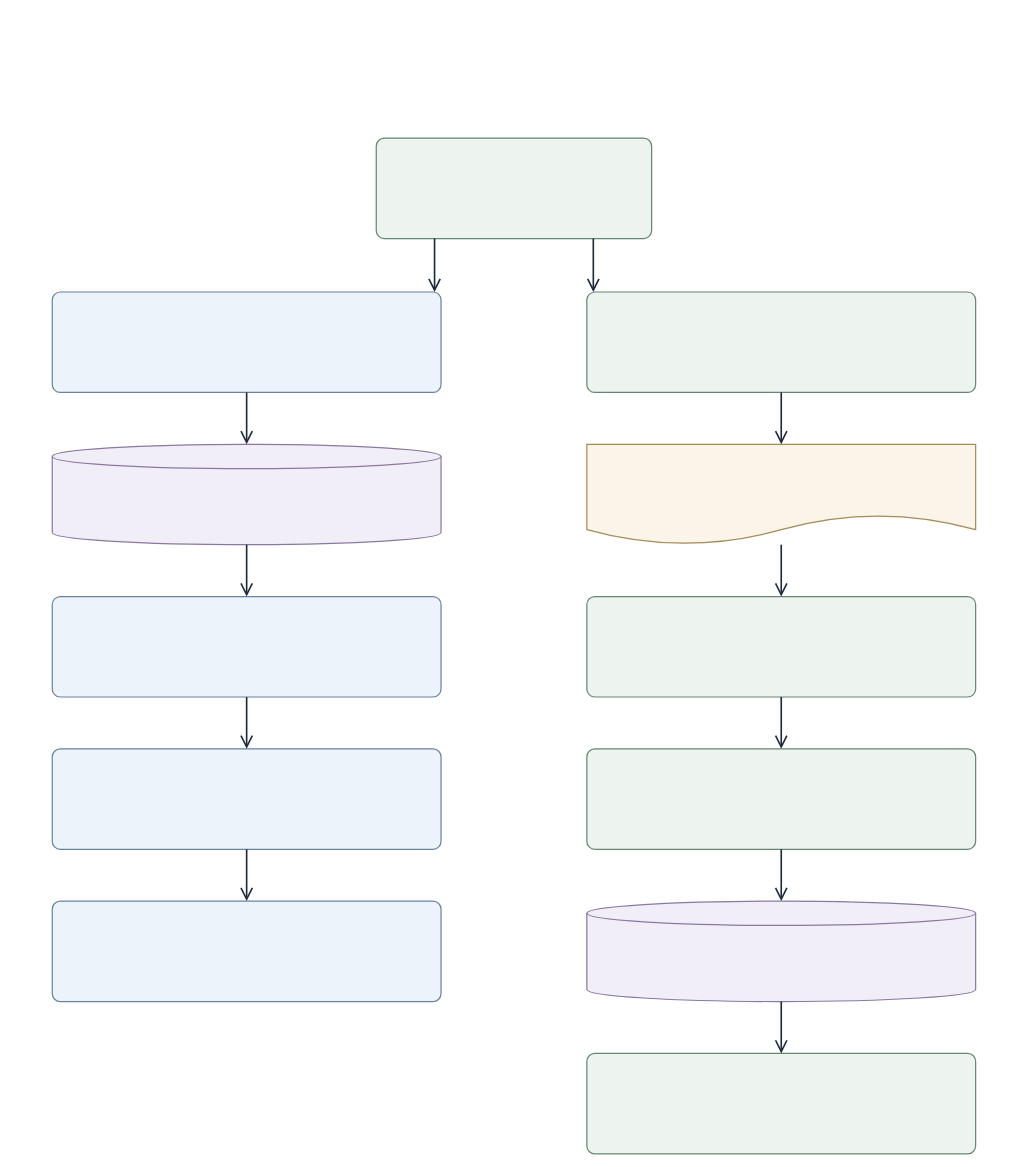
Before: page "02 双模型准备与训练" (2 of 3) of ear-review/docs/架构图/NLP核心功能与双模型流程.drawio in Tindra-Wang/ear-review, a draw.io diagram. Source tidied: cells renumbered, new cells numbered last; positions are measured from the earlier drawing's top-left corner, leaving out a move shared by most shapes. Both pictures are drawn from the tidied source at 81%, with x=0, y=0 at pixel (13, 13).
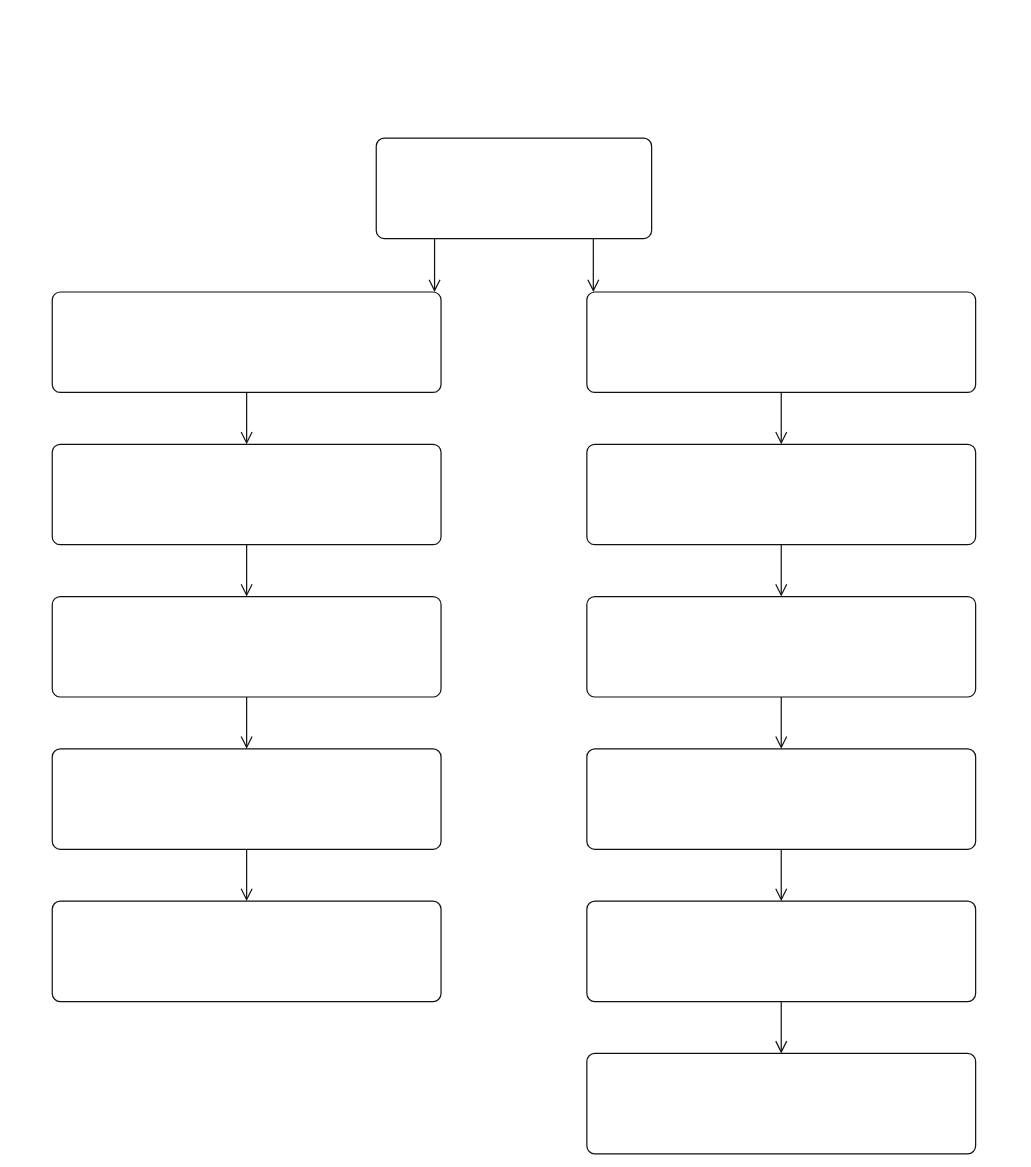
The same page after the edit.

The edit, as a diff of the source:
```diff
@@
-    <mxCell id="2" style="text;html=1;whiteSpace=wrap;labelBackgroundColor=none;fillColor=none;strokeColor=none;strokeWidth=0;fontColor=#1E293B;fontSize=26;fontFamily=Microsoft YaHei;align=left;verticalAlign=middle;" parent="1" vertex="1">
+    <mxCell id="2" style="text;html=1;whiteSpace=wrap;labelBackgroundColor=none;fillColor=none;strokeColor=none;strokeWidth=0;fontColor=#111111;fontSize=26;fontFamily=Microsoft YaHei;align=left;verticalAlign=middle;" parent="1" vertex="1">
       <mxGeometry width="1240" height="48" as="geometry" />
     </mxCell>
-    <mxCell id="3" style="text;html=1;whiteSpace=wrap;labelBackgroundColor=none;fillColor=none;strokeColor=none;strokeWidth=0;fontColor=#1E293B;fontSize=15;fontFamily=Microsoft YaHei;align=left;verticalAlign=middle;" parent="1" vertex="1">
+    <mxCell id="3" style="text;html=1;whiteSpace=wrap;labelBackgroundColor=none;fillColor=none;strokeColor=none;strokeWidth=0;fontColor=#111111;fontSize=15;fontFamily=Microsoft YaHei;align=left;verticalAlign=middle;" parent="1" vertex="1">
       <mxGeometry y="56" width="1240" height="50" as="geometry" />
     </mxCell>
-    <mxCell id="4" style="rounded=1;arcSize=8;html=1;whiteSpace=wrap;fillColor=#edf4f0;strokeColor=#668572;strokeWidth=1.5;fontColor=#1E293B;fontSize=16;fontFamily=Microsoft YaHei;verticalAlign=middle;align=center;" parent="1" vertex="1">
+    <mxCell id="4" style="rounded=1;arcSize=8;html=1;whiteSpace=wrap;fillColor=#ffffff;strokeColor=#111111;strokeWidth=1.5;fontColor=#111111;fontSize=16;fontFamily=Microsoft YaHei;verticalAlign=middle;align=center;" parent="1" vertex="1">
       <mxGeometry x="448" y="154" width="340" height="124" as="geometry" />
     </mxCell>
-    <mxCell id="5" style="rounded=1;arcSize=8;html=1;whiteSpace=wrap;fillColor=#edf3fa;strokeColor=#6783a1;strokeWidth=1.5;fontColor=#1E293B;fontSize=16;fontFamily=Microsoft YaHei;verticalAlign=middle;align=center;" parent="1" vertex="1">
+    <mxCell id="5" style="rounded=1;arcSize=8;html=1;whiteSpace=wrap;fillColor=#ffffff;strokeColor=#111111;strokeWidth=1.5;fontColor=#111111;fontSize=16;fontFamily=Microsoft YaHei;verticalAlign=middle;align=center;" parent="1" vertex="1">
       <mxGeometry x="48" y="344" width="480" height="124" as="geometry" />
     </mxCell>
-    <mxCell id="6" style="rounded=1;arcSize=8;html=1;whiteSpace=wrap;fillColor=#edf4f0;strokeColor=#668572;strokeWidth=1.5;fontColor=#1E293B;fontSize=16;fontFamily=Microsoft YaHei;verticalAlign=middle;align=center;" parent="1" vertex="1">
+    <mxCell id="6" style="rounded=1;arcSize=8;html=1;whiteSpace=wrap;fillColor=#ffffff;strokeColor=#111111;strokeWidth=1.5;fontColor=#111111;fontSize=16;fontFamily=Microsoft YaHei;verticalAlign=middle;align=center;" parent="1" vertex="1">
       <mxGeometry x="708" y="344" width="480" height="124" as="geometry" />
     </mxCell>
-    <mxCell id="7" style="shape=cylinder3;boundedLbl=1;backgroundOutline=1;size=15;html=1;whiteSpace=wrap;fillColor=#f1eef8;strokeColor=#8a78a3;strokeWidth=1.5;fontColor=#1E293B;fontSize=16;fontFamily=Microsoft YaHei;verticalAlign=middle;align=center;" parent="1" vertex="1">
+    <mxCell id="7" style="rounded=1;arcSize=8;html=1;whiteSpace=wrap;fillColor=#ffffff;strokeColor=#111111;strokeWidth=1.5;fontColor=#111111;fontSize=16;fontFamily=Microsoft YaHei;verticalAlign=middle;align=center;" parent="1" vertex="1">
       <mxGeometry x="48" y="532" width="480" height="124" as="geometry" />
     </mxCell>
-    <mxCell id="8" style="shape=document;boundedLbl=1;html=1;whiteSpace=wrap;fillColor=#faf5e8;strokeColor=#a68b55;strokeWidth=1.5;fontColor=#1E293B;fontSize=16;fontFamily=Microsoft YaHei;verticalAlign=middle;align=center;" parent="1" vertex="1">
+    <mxCell id="8" style="rounded=1;arcSize=8;html=1;whiteSpace=wrap;fillColor=#ffffff;strokeColor=#111111;strokeWidth=1.5;fontColor=#111111;fontSize=16;fontFamily=Microsoft YaHei;verticalAlign=middle;align=center;" parent="1" vertex="1">
       <mxGeometry x="708" y="532" width="480" height="124" as="geometry" />
     </mxCell>
-    <mxCell id="9" style="rounded=1;arcSize=8;html=1;whiteSpace=wrap;fillColor=#edf3fa;strokeColor=#6783a1;strokeWidth=1.5;fontColor=#1E293B;fontSize=16;fontFamily=Microsoft YaHei;verticalAlign=middle;align=center;" parent="1" vertex="1">
+    <mxCell id="9" style="rounded=1;arcSize=8;html=1;whiteSpace=wrap;fillColor=#ffffff;strokeColor=#111111;strokeWidth=1.5;fontColor=#111111;fontSize=16;fontFamily=Microsoft YaHei;verticalAlign=middle;align=center;" parent="1" vertex="1">
       <mxGeometry x="48" y="720" width="480" height="124" as="geometry" />
     </mxCell>
-    <mxCell id="10" style="rounded=1;arcSize=8;html=1;whiteSpace=wrap;fillColor=#edf4f0;strokeColor=#668572;strokeWidth=1.5;fontColor=#1E293B;fontSize=16;fontFamily=Microsoft YaHei;verticalAlign=middle;align=center;" parent="1" vertex="1">
+    <mxCell id="10" style="rounded=1;arcSize=8;html=1;whiteSpace=wrap;fillColor=#ffffff;strokeColor=#111111;strokeWidth=1.5;fontColor=#111111;fontSize=16;fontFamily=Microsoft YaHei;verticalAlign=middle;align=center;" parent="1" vertex="1">
       <mxGeometry x="708" y="720" width="480" height="124" as="geometry" />
     </mxCell>
-    <mxCell id="11" style="rounded=1;arcSize=8;html=1;whiteSpace=wrap;fillColor=#edf3fa;strokeColor=#6783a1;strokeWidth=1.5;fontColor=#1E293B;fontSize=16;fontFamily=Microsoft YaHei;verticalAlign=middle;align=center;" parent="1" vertex="1">
+    <mxCell id="11" style="rounded=1;arcSize=8;html=1;whiteSpace=wrap;fillColor=#ffffff;strokeColor=#111111;strokeWidth=1.5;fontColor=#111111;fontSize=16;fontFamily=Microsoft YaHei;verticalAlign=middle;align=center;" parent="1" vertex="1">
       <mxGeometry x="48" y="908" width="480" height="124" as="geometry" />
     </mxCell>
-    <mxCell id="12" style="rounded=1;arcSize=8;html=1;whiteSpace=wrap;fillColor=#edf4f0;strokeColor=#668572;strokeWidth=1.5;fontColor=#1E293B;fontSize=16;fontFamily=Microsoft YaHei;verticalAlign=middle;align=center;" parent="1" vertex="1">
+    <mxCell id="12" style="rounded=1;arcSize=8;html=1;whiteSpace=wrap;fillColor=#ffffff;strokeColor=#111111;strokeWidth=1.5;fontColor=#111111;fontSize=16;fontFamily=Microsoft YaHei;verticalAlign=middle;align=center;" parent="1" vertex="1">
       <mxGeometry x="708" y="908" width="480" height="124" as="geometry" />
     </mxCell>
-    <mxCell id="13" style="rounded=1;arcSize=8;html=1;whiteSpace=wrap;fillColor=#edf3fa;strokeColor=#6783a1;strokeWidth=1.5;fontColor=#1E293B;fontSize=16;fontFamily=Microsoft YaHei;verticalAlign=middle;align=center;" parent="1" vertex="1">
+    <mxCell id="13" style="rounded=1;arcSize=8;html=1;whiteSpace=wrap;fillColor=#ffffff;strokeColor=#111111;strokeWidth=1.5;fontColor=#111111;fontSize=16;fontFamily=Microsoft YaHei;verticalAlign=middle;align=center;" parent="1" vertex="1">
       <mxGeometry x="48" y="1096" width="480" height="124" as="geometry" />
     </mxCell>
-    <mxCell id="14" style="shape=cylinder3;boundedLbl=1;backgroundOutline=1;size=15;html=1;whiteSpace=wrap;fillColor=#f1eef8;strokeColor=#8a78a3;strokeWidth=1.5;fontColor=#1E293B;fontSize=16;fontFamily=Microsoft YaHei;verticalAlign=middle;align=center;" parent="1" vertex="1">
+    <mxCell id="14" style="rounded=1;arcSize=8;html=1;whiteSpace=wrap;fillColor=#ffffff;strokeColor=#111111;strokeWidth=1.5;fontColor=#111111;fontSize=16;fontFamily=Microsoft YaHei;verticalAlign=middle;align=center;" parent="1" vertex="1">
       <mxGeometry x="708" y="1096" width="480" height="124" as="geometry" />
     </mxCell>
-    <mxCell id="15" style="rounded=1;arcSize=8;html=1;whiteSpace=wrap;fillColor=#edf4f0;strokeColor=#668572;strokeWidth=1.5;fontColor=#1E293B;fontSize=16;fontFamily=Microsoft YaHei;verticalAlign=middle;align=center;" parent="1" vertex="1">
+    <mxCell id="15" style="rounded=1;arcSize=8;html=1;whiteSpace=wrap;fillColor=#ffffff;strokeColor=#111111;strokeWidth=1.5;fontColor=#111111;fontSize=16;fontFamily=Microsoft YaHei;verticalAlign=middle;align=center;" parent="1" vertex="1">
       <mxGeometry x="708" y="1284" width="480" height="124" as="geometry" />
     </mxCell>
-    <mxCell id="16" style="text;html=1;whiteSpace=wrap;labelBackgroundColor=none;fillColor=none;strokeColor=none;strokeWidth=0;fontColor=#1E293B;fontSize=15;fontFamily=Microsoft YaHei;align=left;verticalAlign=middle;" parent="1" vertex="1">
+    <mxCell id="16" style="text;html=1;whiteSpace=wrap;labelBackgroundColor=none;fillColor=none;strokeColor=none;strokeWidth=0;fontColor=#111111;fontSize=15;fontFamily=Microsoft YaHei;align=left;verticalAlign=middle;" parent="1" vertex="1">
       <mxGeometry x="48" y="1300" width="560" height="108" as="geometry" />
     </mxCell>
-    <mxCell id="17" style="edgeStyle=orthogonalEdgeStyle;rounded=0;jettySize=auto;html=1;strokeColor=#1E293B;strokeWidth=2;endArrow=open;endFill=0;endSize=12;exitX=0.2118;exitY=1;exitDx=0;exitDy=0;entryX=0.9833;entryY=0;entryDx=0;entryDy=0;jumpStyle=arc;jumpSize=8;" parent="1" edge="1" source="4" target="5">
+    <mxCell id="17" style="edgeStyle=orthogonalEdgeStyle;rounded=0;jettySize=auto;html=1;strokeColor=#111111;strokeWidth=1.5;endArrow=open;endFill=0;endSize=12;exitX=0.2118;exitY=1;exitDx=0;exitDy=0;entryX=0.9833;entryY=0;entryDx=0;entryDy=0;jumpStyle=arc;jumpSize=8;" parent="1" edge="1" source="4" target="5">
       <mxGeometry relative="1" as="geometry" />
     </mxCell>
-    <mxCell id="18" style="edgeStyle=orthogonalEdgeStyle;rounded=0;jettySize=auto;html=1;strokeColor=#1E293B;strokeWidth=2;endArrow=open;endFill=0;endSize=12;exitX=0.7882;exitY=1;exitDx=0;exitDy=0;entryX=0.0167;entryY=0;entryDx=0;entryDy=0;jumpStyle=arc;jumpSize=8;" parent="1" edge="1" source="4" target="6">
+    <mxCell id="18" style="edgeStyle=orthogonalEdgeStyle;rounded=0;jettySize=auto;html=1;strokeColor=#111111;strokeWidth=1.5;endArrow=open;endFill=0;endSize=12;exitX=0.7882;exitY=1;exitDx=0;exitDy=0;entryX=0.0167;entryY=0;entryDx=0;entryDy=0;jumpStyle=arc;jumpSize=8;" parent="1" edge="1" source="4" target="6">
       <mxGeometry relative="1" as="geometry" />
     </mxCell>
-    <mxCell id="19" style="edgeStyle=orthogonalEdgeStyle;rounded=0;jettySize=auto;html=1;strokeColor=#1E293B;strokeWidth=2;endArrow=open;endFill=0;endSize=12;exitX=0.5;exitY=1;exitDx=0;exitDy=0;entryX=0.5;entryY=0;entryDx=0;entryDy=0;jumpStyle=arc;jumpSize=8;" parent="1" edge="1" source="5" target="7">
+    <mxCell id="19" style="edgeStyle=orthogonalEdgeStyle;rounded=0;jettySize=auto;html=1;strokeColor=#111111;strokeWidth=1.5;endArrow=open;endFill=0;endSize=12;exitX=0.5;exitY=1;exitDx=0;exitDy=0;entryX=0.5;entryY=0;entryDx=0;entryDy=0;jumpStyle=arc;jumpSize=8;" parent="1" edge="1" source="5" target="7">
       <mxGeometry relative="1" as="geometry" />
     </mxCell>
-    <mxCell id="20" style="edgeStyle=orthogonalEdgeStyle;rounded=0;jettySize=auto;html=1;strokeColor=#1E293B;strokeWidth=2;endArrow=open;endFill=0;endSize=12;exitX=0.5;exitY=1;exitDx=0;exitDy=0;entryX=0.5;entryY=0;entryDx=0;entryDy=0;jumpStyle=arc;jumpSize=8;" parent="1" edge="1" source="6" target="8">
+    <mxCell id="20" style="edgeStyle=orthogonalEdgeStyle;rounded=0;jettySize=auto;html=1;strokeColor=#111111;strokeWidth=1.5;endArrow=open;endFill=0;endSize=12;exitX=0.5;exitY=1;exitDx=0;exitDy=0;entryX=0.5;entryY=0;entryDx=0;entryDy=0;jumpStyle=arc;jumpSize=8;" parent="1" edge="1" source="6" target="8">
       <mxGeometry relative="1" as="geometry" />
     </mxCell>
-    <mxCell id="21" style="edgeStyle=orthogonalEdgeStyle;rounded=0;jettySize=auto;html=1;strokeColor=#1E293B;strokeWidth=2;endArrow=open;endFill=0;endSize=12;exitX=0.5;exitY=1;exitDx=0;exitDy=0;entryX=0.5;entryY=0;entryDx=0;entryDy=0;jumpStyle=arc;jumpSize=8;" parent="1" edge="1" source="7" target="9">
+    <mxCell id="21" style="edgeStyle=orthogonalEdgeStyle;rounded=0;jettySize=auto;html=1;strokeColor=#111111;strokeWidth=1.5;endArrow=open;endFill=0;endSize=12;exitX=0.5;exitY=1;exitDx=0;exitDy=0;entryX=0.5;entryY=0;entryDx=0;entryDy=0;jumpStyle=arc;jumpSize=8;" parent="1" edge="1" source="7" target="9">
       <mxGeometry relative="1" as="geometry" />
     </mxCell>
-    <mxCell id="22" style="edgeStyle=orthogonalEdgeStyle;rounded=0;jettySize=auto;html=1;strokeColor=#1E293B;strokeWidth=2;endArrow=open;endFill=0;endSize=12;exitX=0.5;exitY=1;exitDx=0;exitDy=0;entryX=0.5;entryY=0;entryDx=0;entryDy=0;jumpStyle=arc;jumpSize=8;" parent="1" edge="1" source="8" target="10">
+    <mxCell id="22" style="edgeStyle=orthogonalEdgeStyle;rounded=0;jettySize=auto;html=1;strokeColor=#111111;strokeWidth=1.5;endArrow=open;endFill=0;endSize=12;exitX=0.5;exitY=1;exitDx=0;exitDy=0;entryX=0.5;entryY=0;entryDx=0;entryDy=0;jumpStyle=arc;jumpSize=8;" parent="1" edge="1" source="8" target="10">
       <mxGeometry relative="1" as="geometry" />
     </mxCell>
-    <mxCell id="23" style="edgeStyle=orthogonalEdgeStyle;rounded=0;jettySize=auto;html=1;strokeColor=#1E293B;strokeWidth=2;endArrow=open;endFill=0;endSize=12;exitX=0.5;exitY=1;exitDx=0;exitDy=0;entryX=0.5;entryY=0;entryDx=0;entryDy=0;jumpStyle=arc;jumpSize=8;" parent="1" edge="1" source="9" target="11">
+    <mxCell id="23" style="edgeStyle=orthogonalEdgeStyle;rounded=0;jettySize=auto;html=1;strokeColor=#111111;strokeWidth=1.5;endArrow=open;endFill=0;endSize=12;exitX=0.5;exitY=1;exitDx=0;exitDy=0;entryX=0.5;entryY=0;entryDx=0;entryDy=0;jumpStyle=arc;jumpSize=8;" parent="1" edge="1" source="9" target="11">
       <mxGeometry relative="1" as="geometry" />
     </mxCell>
-    <mxCell id="24" style="edgeStyle=orthogonalEdgeStyle;rounded=0;jettySize=auto;html=1;strokeColor=#1E293B;strokeWidth=2;endArrow=open;endFill=0;endSize=12;exitX=0.5;exitY=1;exitDx=0;exitDy=0;entryX=0.5;entryY=0;entryDx=0;entryDy=0;jumpStyle=arc;jumpSize=8;" parent="1" edge="1" source="10" target="12">
+    <mxCell id="24" style="edgeStyle=orthogonalEdgeStyle;rounded=0;jettySize=auto;html=1;strokeColor=#111111;strokeWidth=1.5;endArrow=open;endFill=0;endSize=12;exitX=0.5;exitY=1;exitDx=0;exitDy=0;entryX=0.5;entryY=0;entryDx=0;entryDy=0;jumpStyle=arc;jumpSize=8;" parent="1" edge="1" source="10" target="12">
       <mxGeometry relative="1" as="geometry" />
     </mxCell>
-    <mxCell id="25" style="edgeStyle=orthogonalEdgeStyle;rounded=0;jettySize=auto;html=1;strokeColor=#1E293B;strokeWidth=2;endArrow=open;endFill=0;endSize=12;exitX=0.5;exitY=1;exitDx=0;exitDy=0;entryX=0.5;entryY=0;entryDx=0;entryDy=0;jumpStyle=arc;jumpSize=8;" parent="1" edge="1" source="11" target="13">
+    <mxCell id="25" style="edgeStyle=orthogonalEdgeStyle;rounded=0;jettySize=auto;html=1;strokeColor=#111111;strokeWidth=1.5;endArrow=open;endFill=0;endSize=12;exitX=0.5;exitY=1;exitDx=0;exitDy=0;entryX=0.5;entryY=0;entryDx=0;entryDy=0;jumpStyle=arc;jumpSize=8;" parent="1" edge="1" source="11" target="13">
       <mxGeometry relative="1" as="geometry" />
     </mxCell>
-    <mxCell id="26" style="edgeStyle=orthogonalEdgeStyle;rounded=0;jettySize=auto;html=1;strokeColor=#1E293B;strokeWidth=2;endArrow=open;endFill=0;endSize=12;exitX=0.5;exitY=1;exitDx=0;exitDy=0;entryX=0.5;entryY=0;entryDx=0;entryDy=0;jumpStyle=arc;jumpSize=8;" parent="1" edge="1" source="12" target="14">
+    <mxCell id="26" style="edgeStyle=orthogonalEdgeStyle;rounded=0;jettySize=auto;html=1;strokeColor=#111111;strokeWidth=1.5;endArrow=open;endFill=0;endSize=12;exitX=0.5;exitY=1;exitDx=0;exitDy=0;entryX=0.5;entryY=0;entryDx=0;entryDy=0;jumpStyle=arc;jumpSize=8;" parent="1" edge="1" source="12" target="14">
       <mxGeometry relative="1" as="geometry" />
     </mxCell>
-    <mxCell id="27" style="edgeStyle=orthogonalEdgeStyle;rounded=0;jettySize=auto;html=1;strokeColor=#1E293B;strokeWidth=2;endArrow=open;endFill=0;endSize=12;exitX=0.5;exitY=1;exitDx=0;exitDy=0;entryX=0.5;entryY=0;entryDx=0;entryDy=0;jumpStyle=arc;jumpSize=8;" parent="1" edge="1" source="14" target="15">
+    <mxCell id="27" style="edgeStyle=orthogonalEdgeStyle;rounded=0;jettySize=auto;html=1;strokeColor=#111111;strokeWidth=1.5;endArrow=open;endFill=0;endSize=12;exitX=0.5;exitY=1;exitDx=0;exitDy=0;entryX=0.5;entryY=0;entryDx=0;entryDy=0;jumpStyle=arc;jumpSize=8;" parent="1" edge="1" source="14" target="15">
       <mxGeometry relative="1" as="geometry" />
     </mxCell>
```
